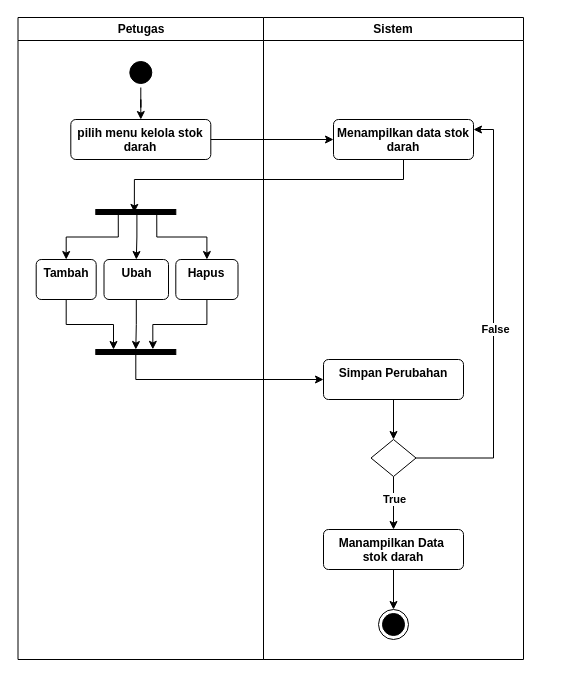
Before: page "activity-kelola-stok-darah" (4 of 24) of Untitled Diagram.drawio in afdikomayte/UDD-PMI-blood-donation-service, a draw.io diagram. Source tidied: cells renumbered, new cells numbered last; positions are measured from the earlier drawing's top-left corner, leaving out a move shared by most shapes. Both pictures are drawn from the tidied source at 100%, with x=0, y=0 at pixel (17, 17).
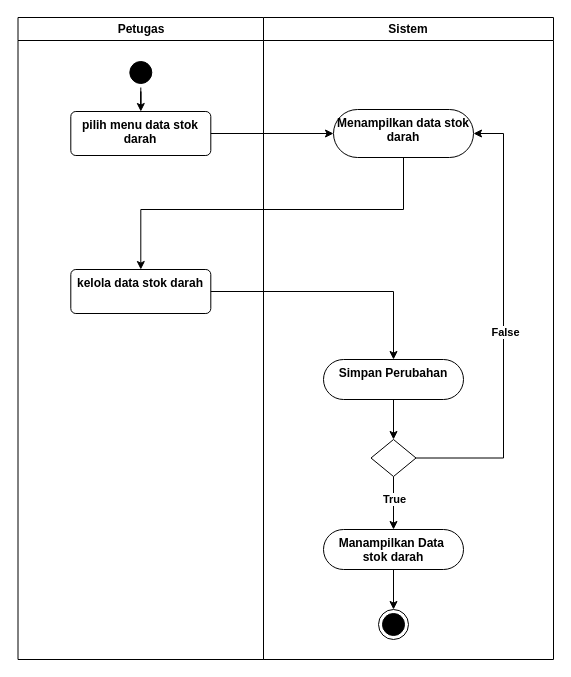
Above is the later version.

The change refers to these unchanged cells:
```xml
<mxCell id="2" value="Petugas" style="swimlane;whiteSpace=wrap;startSize=23;fontStyle=1;" parent="1" vertex="1">
  <mxGeometry x="0.5" width="245.5" height="642" as="geometry" />
</mxCell>
<mxCell id="28" style="rhombus;fontStyle=1;" parent="17" vertex="1">
  <mxGeometry x="107.5" y="422" width="45" height="37" as="geometry" />
</mxCell>
```

What changed in the source:
```diff
@@
-    <mxCell id="5" value="pilih menu kelola stok darah" style="html=1;align=center;verticalAlign=top;rounded=1;absoluteArcSize=1;arcSize=10;dashed=0;whiteSpace=wrap;fontStyle=1;" parent="2" vertex="1">
-      <mxGeometry x="52.8" y="102" width="140" height="40" as="geometry" />
+    <mxCell id="5" value="pilih menu data stok darah" style="html=1;align=center;verticalAlign=top;rounded=1;absoluteArcSize=1;arcSize=10;dashed=0;whiteSpace=wrap;fontStyle=1;" parent="2" vertex="1">
+      <mxGeometry x="52.8" y="94" width="140" height="44" as="geometry" />
     </mxCell>
-    <mxCell id="6" style="edgeStyle=orthogonalEdgeStyle;rounded=0;jettySize=auto;html=1;entryX=0.5;entryY=0;entryDx=0;entryDy=0;exitX=0.88;exitY=0.719;exitDx=0;exitDy=0;exitPerimeter=0;fontStyle=1;" parent="2" edge="1" source="7" target="10">
-      <mxGeometry relative="1" as="geometry" />
-    </mxCell>
-    <mxCell id="7" style="html=1;points=[];perimeter=orthogonalPerimeter;fillColor=strokeColor;direction=south;fontStyle=1;" parent="2" vertex="1">
-      <mxGeometry x="77.8" y="192" width="80" height="5" as="geometry" />
-    </mxCell>
-    <mxCell id="8" style="edgeStyle=orthogonalEdgeStyle;rounded=0;jettySize=auto;html=1;fontStyle=1;" parent="2" edge="1" source="9" target="14">
-      <mxGeometry relative="1" as="geometry" />
-    </mxCell>
-    <mxCell id="9" value="Ubah" style="html=1;align=center;verticalAlign=top;rounded=1;absoluteArcSize=1;arcSize=10;dashed=0;whiteSpace=wrap;fontStyle=1;" parent="2" vertex="1">
-      <mxGeometry x="86" y="242" width="64.5" height="40" as="geometry" />
-    </mxCell>
-    <mxCell id="10" value="Tambah" style="html=1;align=center;verticalAlign=top;rounded=1;absoluteArcSize=1;arcSize=10;dashed=0;whiteSpace=wrap;fontStyle=1;" parent="2" vertex="1">
-      <mxGeometry x="18.2" y="242" width="60" height="40" as="geometry" />
-    </mxCell>
-    <mxCell id="11" value="Hapus" style="html=1;align=center;verticalAlign=top;rounded=1;absoluteArcSize=1;arcSize=10;dashed=0;whiteSpace=wrap;fontStyle=1;" parent="2" vertex="1">
-      <mxGeometry x="157.8" y="242" width="62.2" height="40" as="geometry" />
-    </mxCell>
-    <mxCell id="12" style="edgeStyle=orthogonalEdgeStyle;rounded=0;jettySize=auto;html=1;exitX=0.972;exitY=0.486;exitDx=0;exitDy=0;exitPerimeter=0;fontStyle=1;" parent="2" edge="1" source="7" target="9">
-      <mxGeometry relative="1" as="geometry" />
-    </mxCell>
-    <mxCell id="13" style="edgeStyle=orthogonalEdgeStyle;rounded=0;jettySize=auto;html=1;exitX=0.921;exitY=0.238;exitDx=0;exitDy=0;exitPerimeter=0;fontStyle=1;" parent="2" edge="1" source="7" target="11">
-      <mxGeometry relative="1" as="geometry" />
-    </mxCell>
-    <mxCell id="14" style="html=1;points=[];perimeter=orthogonalPerimeter;fillColor=strokeColor;direction=south;fontStyle=1;" parent="2" vertex="1">
-      <mxGeometry x="77.8" y="332" width="80" height="5" as="geometry" />
-    </mxCell>
-    <mxCell id="15" style="edgeStyle=orthogonalEdgeStyle;rounded=0;jettySize=auto;html=1;exitX=0.5;exitY=1;exitDx=0;exitDy=0;fontStyle=1;" parent="2" edge="1" source="10">
-      <mxGeometry relative="1" as="geometry">
-        <mxPoint x="95.5" y="332" as="targetPoint" />
-        <Array as="points">
-          <mxPoint x="48" y="307" />
-          <mxPoint x="96" y="307" />
-        </Array>
-      </mxGeometry>
-    </mxCell>
-    <mxCell id="16" style="edgeStyle=orthogonalEdgeStyle;rounded=0;jettySize=auto;html=1;entryX=-0.032;entryY=0.287;entryDx=0;entryDy=0;entryPerimeter=0;fontStyle=1;" parent="2" edge="1" source="11" target="14">
-      <mxGeometry relative="1" as="geometry">
-        <Array as="points">
-          <mxPoint x="189" y="307" />
-          <mxPoint x="135" y="307" />
-        </Array>
-      </mxGeometry>
-    </mxCell>
+    <mxCell id="32" value="kelola data stok darah" style="html=1;align=center;verticalAlign=top;rounded=1;absoluteArcSize=1;arcSize=10;dashed=0;whiteSpace=wrap;fontStyle=1;" parent="2" vertex="1">
+      <mxGeometry x="52.8" y="252" width="140" height="44" as="geometry" />
+    </mxCell>
     <mxCell id="17" value="Sistem" style="swimlane;whiteSpace=wrap;fontStyle=1;" parent="1" vertex="1">
-      <mxGeometry x="246" width="260" height="642" as="geometry" />
+      <mxGeometry x="246" width="290" height="642" as="geometry" />
     </mxCell>
@@
-    <mxCell id="19" value="Menampilkan data stok darah" style="html=1;align=center;verticalAlign=top;rounded=1;absoluteArcSize=1;arcSize=10;dashed=0;whiteSpace=wrap;fontStyle=1;" parent="17" vertex="1">
-      <mxGeometry x="70" y="102" width="140" height="40" as="geometry" />
+    <mxCell id="19" value="Menampilkan data stok darah" style="html=1;align=center;verticalAlign=top;rounded=1;absoluteArcSize=1;arcSize=100;dashed=0;whiteSpace=wrap;fontStyle=1;" parent="17" vertex="1">
+      <mxGeometry x="70" y="92" width="140" height="48" as="geometry" />
     </mxCell>
@@
-    <mxCell id="21" value="Simpan Perubahan" style="html=1;align=center;verticalAlign=top;rounded=1;absoluteArcSize=1;arcSize=10;dashed=0;whiteSpace=wrap;fontStyle=1;" parent="17" vertex="1">
+    <mxCell id="21" value="Simpan Perubahan" style="html=1;align=center;verticalAlign=top;rounded=1;absoluteArcSize=1;arcSize=86;dashed=0;whiteSpace=wrap;fontStyle=1;" parent="17" vertex="1">
       <mxGeometry x="60" y="342" width="140" height="40" as="geometry" />
     </mxCell>
@@
-    <mxCell id="23" value="Manampilkan Data&amp;nbsp;&lt;div&gt;stok darah&lt;/div&gt;" style="html=1;align=center;verticalAlign=top;rounded=1;absoluteArcSize=1;arcSize=10;dashed=0;whiteSpace=wrap;fontStyle=1;" parent="17" vertex="1">
+    <mxCell id="23" value="Manampilkan Data&amp;nbsp;&lt;div&gt;stok darah&lt;/div&gt;" style="html=1;align=center;verticalAlign=top;rounded=1;absoluteArcSize=1;arcSize=68;dashed=0;whiteSpace=wrap;fontStyle=1;" parent="17" vertex="1">
       <mxGeometry x="60" y="512" width="140" height="40" as="geometry" />
     </mxCell>
-    <mxCell id="24" style="edgeStyle=orthogonalEdgeStyle;rounded=0;jettySize=auto;html=1;entryX=1;entryY=0.25;entryDx=0;entryDy=0;fontStyle=1;" parent="17" edge="1" source="28" target="19">
+    <mxCell id="24" style="edgeStyle=orthogonalEdgeStyle;rounded=0;jettySize=auto;html=1;entryX=1;entryY=0.5;entryDx=0;entryDy=0;fontStyle=1;" parent="17" edge="1" source="28" target="19">
       <mxGeometry relative="1" as="geometry">
         <Array as="points">
-          <mxPoint x="230" y="441" />
-          <mxPoint x="230" y="112" />
+          <mxPoint x="240" y="441" />
+          <mxPoint x="240" y="116" />
         </Array>
       </mxGeometry>
     </mxCell>
@@
-    <mxCell id="30" style="edgeStyle=orthogonalEdgeStyle;rounded=0;jettySize=auto;html=1;exitX=0.5;exitY=1;exitDx=0;exitDy=0;entryX=0.582;entryY=0.518;entryDx=0;entryDy=0;entryPerimeter=0;fontStyle=1;" parent="1" edge="1" source="19" target="7">
+    <mxCell id="30" style="edgeStyle=orthogonalEdgeStyle;rounded=0;jettySize=auto;html=1;exitX=0.5;exitY=1;exitDx=0;exitDy=0;fontStyle=1;entryX=0.5;entryY=0;entryDx=0;entryDy=0;" parent="1" edge="1" source="19" target="32">
       <mxGeometry relative="1" as="geometry">
         <Array as="points">
-          <mxPoint x="386" y="162" />
-          <mxPoint x="117" y="162" />
+          <mxPoint x="386" y="192" />
+          <mxPoint x="123" y="192" />
         </Array>
       </mxGeometry>
     </mxCell>
-    <mxCell id="31" style="edgeStyle=orthogonalEdgeStyle;rounded=0;jettySize=auto;html=1;entryX=0;entryY=0.5;entryDx=0;entryDy=0;fontStyle=1;" parent="1" edge="1" source="14" target="21">
-      <mxGeometry relative="1" as="geometry">
-        <Array as="points">
-          <mxPoint x="118" y="362" />
-        </Array>
-      </mxGeometry>
-    </mxCell>
+    <mxCell id="33" style="edgeStyle=orthogonalEdgeStyle;rounded=0;jettySize=auto;html=1;entryX=0.5;entryY=0;entryDx=0;entryDy=0;" parent="1" edge="1" source="32" target="21">
+      <mxGeometry relative="1" as="geometry" />
+    </mxCell>
```
